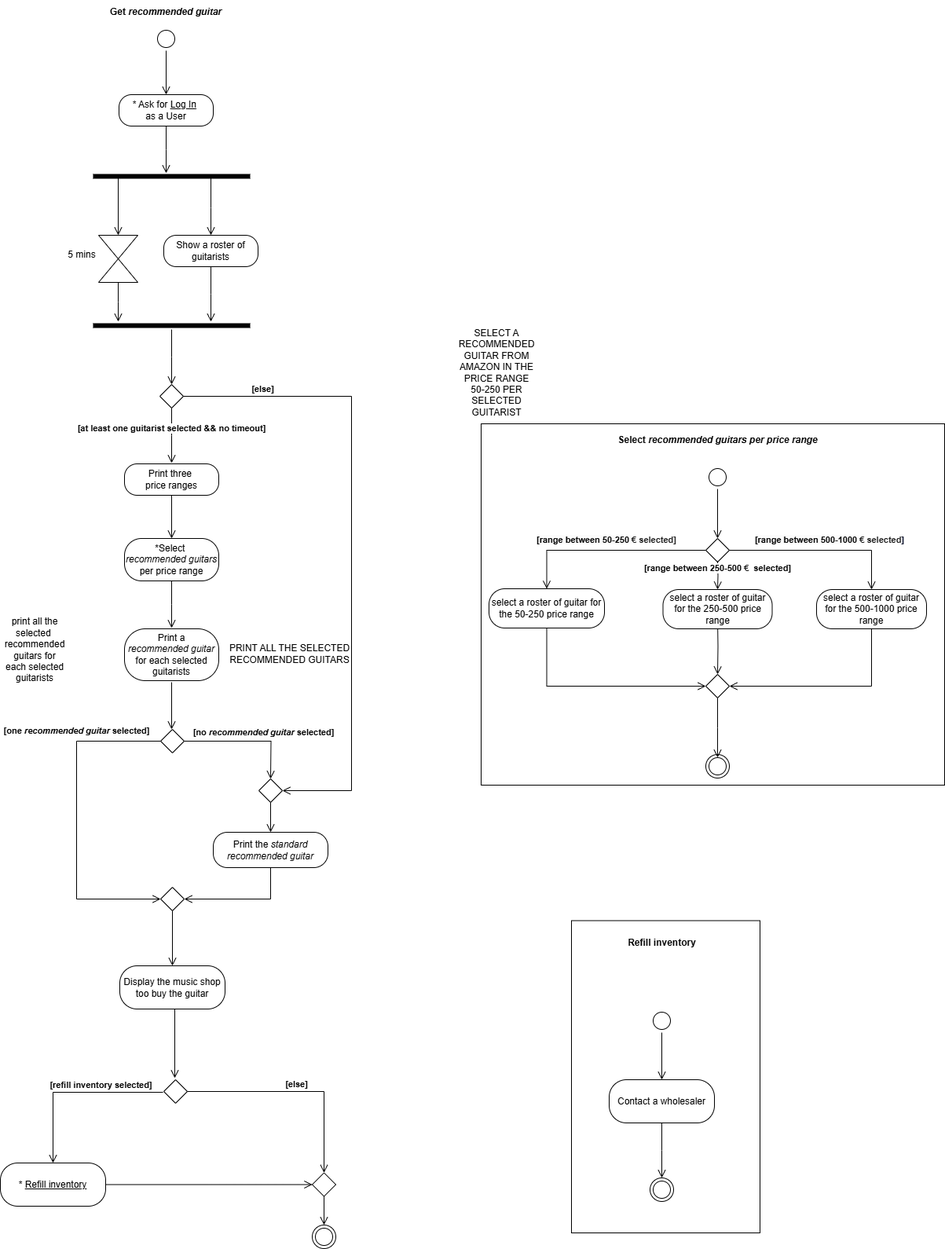
Before: diagrams/ActivityDiagramM.drawio.png, a diagram exported from draw.io (TizianoLilli/ISPW-Project). Source tidied: cells renumbered, new cells last; positions are measured from the earlier drawing's top-left corner, leaving out a move shared by most shapes.
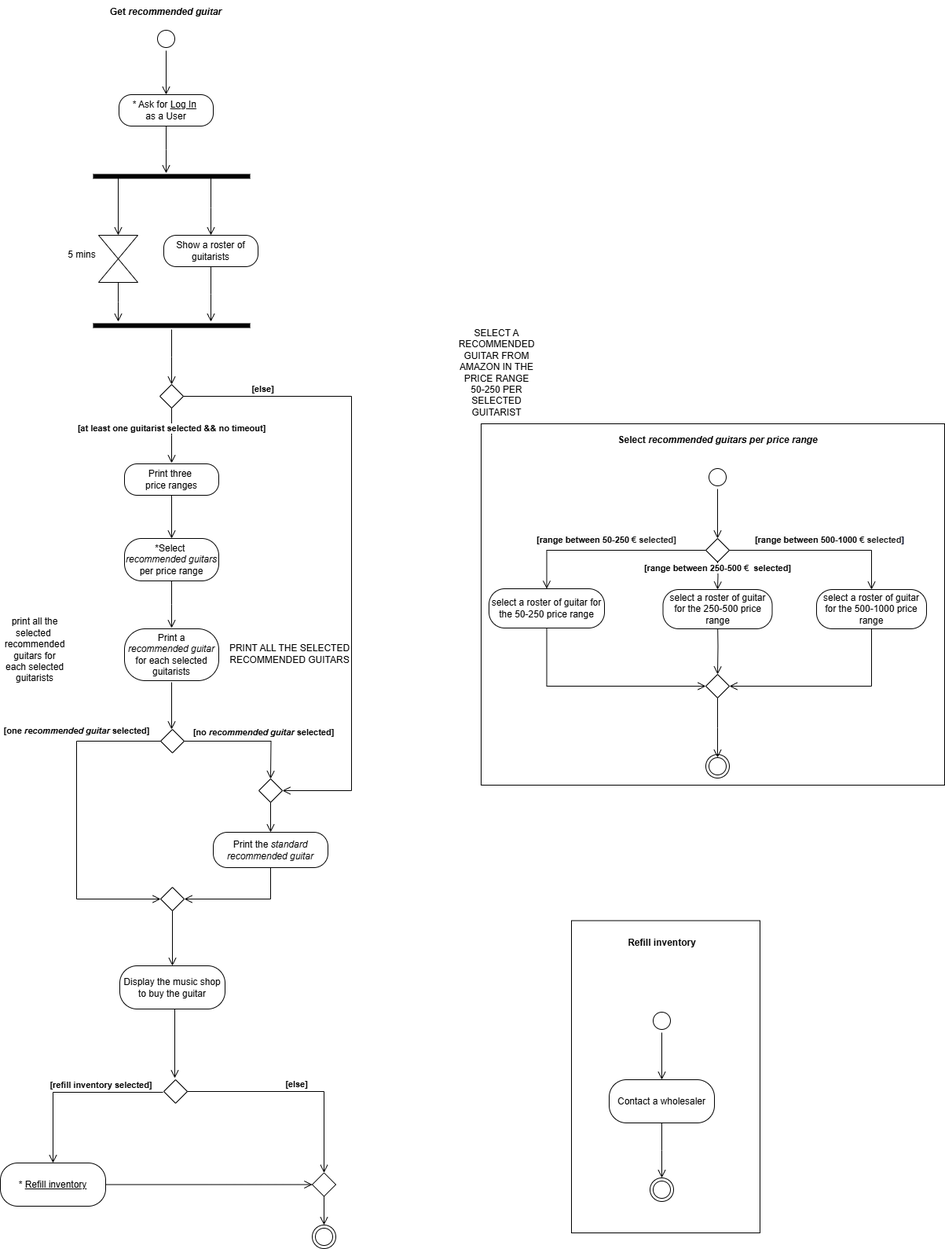
The same file after the commit.

Diff of the diagram source:
```diff
@@ -82,7 +82,7 @@
         <mxPoint x="218" y="928" as="targetPoint" />
       </mxGeometry>
     </mxCell>
-    <mxCell id="21" value="Display the music shop too buy the guitar" style="rounded=1;whiteSpace=wrap;html=1;arcSize=40;labelBackgroundColor=none;" parent="1" vertex="1">
+    <mxCell id="21" value="Display the music shop to buy the guitar" style="rounded=1;whiteSpace=wrap;html=1;arcSize=40;labelBackgroundColor=none;" parent="1" vertex="1">
       <mxGeometry x="152" y="1229" width="134" height="55" as="geometry" />
     </mxCell>
     <mxCell id="22" style="ellipse;html=1;shape=endState;labelBackgroundColor=none;" parent="1" vertex="1">
```
